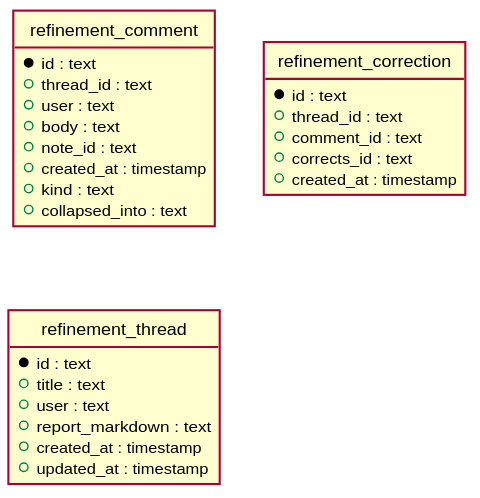
This is phpfront/app/modules/refinement/schema.svg from titpetric/task-ui, a PlantUML export, as it was before one commit. Its diagram source:
```plantuml
@startuml
hide circle
hide empty members
skinparam linetype ortho
skinparam shadowing false
skinparam backgroundColor transparent
entity "refinement_comment" {
  * id : text
  + thread_id : text
  + user : text
  + body : text
  + note_id : text
  + created_at : timestamp
  + kind : text
  + collapsed_into : text
}

entity "refinement_correction" {
  * id : text
  + thread_id : text
  + comment_id : text
  + corrects_id : text
  + created_at : timestamp
}

entity "refinement_thread" {
  * id : text
  + title : text
  + user : text
  + report_markdown : text
  + created_at : timestamp
  + updated_at : timestamp
}

@enduml
```
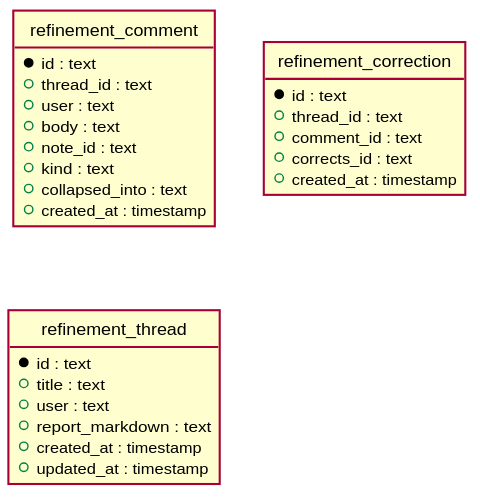
The same file after the commit.

Diff of the diagram source:
```diff
@@ -10,9 +10,9 @@
   + user : text
   + body : text
   + note_id : text
-  + created_at : timestamp
   + kind : text
   + collapsed_into : text
+  + created_at : timestamp
 }
 
 entity "refinement_correction" {
```
